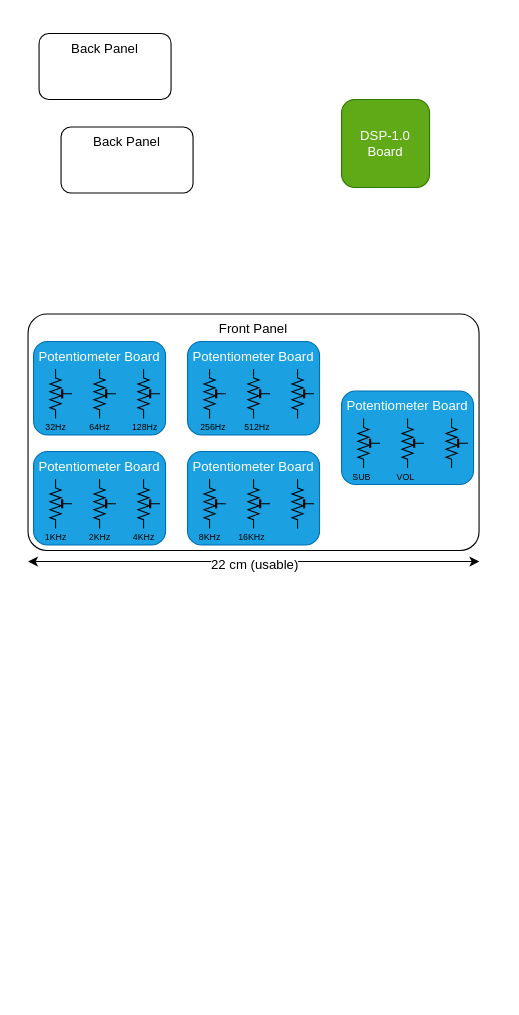
mregueira/AudioDSP-v1.0 keeps this draw.io diagram as Diagrams/BoxSheme.drawio. Above is the earlier version. Source tidied: cells renumbered, new cells numbered last; positions are measured from the earlier drawing's top-left corner, leaving out a move shared by most shapes. Both pictures are drawn from the tidied source at 110%, with x=0, y=0 at pixel (28, 33).
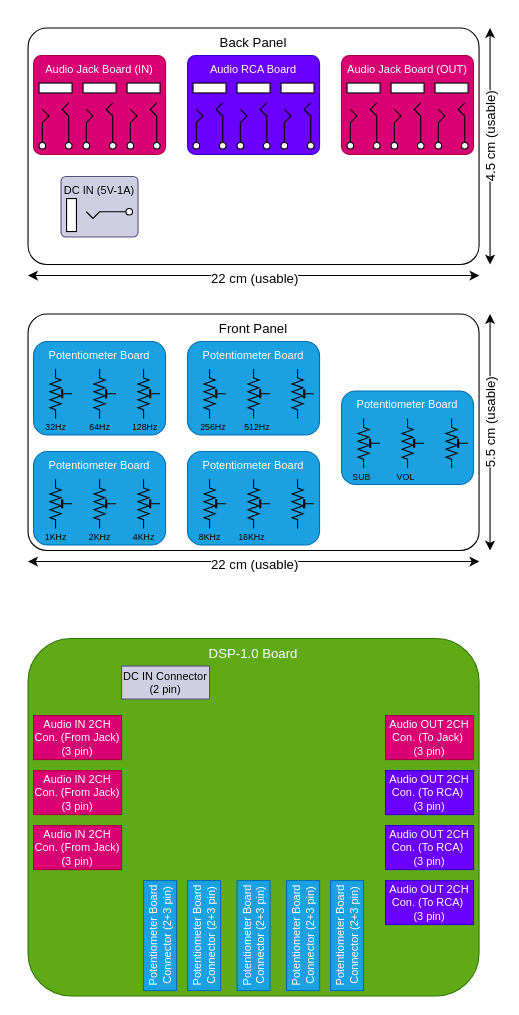
After the change.

Commit message:
completed diagram

Change to the diagram source:
```diff
@@
+    <mxCell id="3" value="DSP-1.0 Board" style="rounded=1;whiteSpace=wrap;html=1;fillColor=#60a917;fontColor=#ffffff;strokeColor=#2D7600;verticalAlign=top;arcSize=12;" parent="1" vertex="1">
+      <mxGeometry y="550" width="410" height="325" as="geometry" />
+    </mxCell>
+    <mxCell id="39" value="Back Panel" style="rounded=1;whiteSpace=wrap;html=1;strokeWidth=1;fontSize=12;verticalAlign=top;arcSize=8;" parent="1" vertex="1">
+      <mxGeometry y="-5" width="410" height="215" as="geometry" />
+    </mxCell>
+    <mxCell id="40" value="Audio Jack Board (IN)" style="rounded=1;whiteSpace=wrap;html=1;strokeWidth=1;fontSize=10;verticalAlign=top;arcSize=8;fillColor=#d80073;fontColor=#ffffff;strokeColor=#A50040;" parent="1" vertex="1">
+      <mxGeometry x="5" y="20" width="120" height="90" as="geometry" />
+    </mxCell>
@@
-    <mxCell id="3" value="DSP-1.0 Board" style="rounded=1;whiteSpace=wrap;html=1;fillColor=#60a917;fontColor=#ffffff;strokeColor=#2D7600;" parent="1" vertex="1">
-      <mxGeometry x="285" y="60" width="80" height="80" as="geometry" />
-    </mxCell>
-    <mxCell id="4" value="Potentiometer Board" style="rounded=1;whiteSpace=wrap;html=1;fillColor=#1ba1e2;fontColor=#ffffff;strokeColor=#006EAF;verticalAlign=top;labelPosition=center;verticalLabelPosition=middle;align=center;horizontal=1;" parent="1" vertex="1">
+    <mxCell id="4" value="Potentiometer Board" style="rounded=1;whiteSpace=wrap;html=1;fillColor=#1ba1e2;fontColor=#ffffff;strokeColor=#006EAF;verticalAlign=top;labelPosition=center;verticalLabelPosition=middle;align=center;horizontal=1;fontSize=10;" parent="1" vertex="1">
       <mxGeometry x="5" y="280" width="120" height="85" as="geometry" />
     </mxCell>
@@
-    <mxCell id="8" value="Potentiometer Board" style="rounded=1;whiteSpace=wrap;html=1;fillColor=#1ba1e2;fontColor=#ffffff;strokeColor=#006EAF;verticalAlign=top;labelPosition=center;verticalLabelPosition=middle;align=center;horizontal=1;" parent="1" vertex="1">
+    <mxCell id="8" value="Potentiometer Board" style="rounded=1;whiteSpace=wrap;html=1;fillColor=#1ba1e2;fontColor=#ffffff;strokeColor=#006EAF;verticalAlign=top;labelPosition=center;verticalLabelPosition=middle;align=center;horizontal=1;fontSize=10;" parent="1" vertex="1">
       <mxGeometry x="5" y="380" width="120" height="85" as="geometry" />
     </mxCell>
@@
-    <mxCell id="15" value="Potentiometer Board" style="rounded=1;whiteSpace=wrap;html=1;fillColor=#1ba1e2;fontColor=#ffffff;strokeColor=#006EAF;verticalAlign=top;labelPosition=center;verticalLabelPosition=middle;align=center;horizontal=1;" parent="1" vertex="1">
+    <mxCell id="15" value="Potentiometer Board" style="rounded=1;whiteSpace=wrap;html=1;fillColor=#1ba1e2;fontColor=#ffffff;strokeColor=#006EAF;verticalAlign=top;labelPosition=center;verticalLabelPosition=middle;align=center;horizontal=1;fontSize=10;" parent="1" vertex="1">
       <mxGeometry x="145" y="280" width="120" height="85" as="geometry" />
     </mxCell>
@@
-    <mxCell id="24" value="Potentiometer Board" style="rounded=1;whiteSpace=wrap;html=1;fillColor=#1ba1e2;fontColor=#ffffff;strokeColor=#006EAF;verticalAlign=top;labelPosition=center;verticalLabelPosition=middle;align=center;horizontal=1;" parent="1" vertex="1">
+    <mxCell id="24" value="Potentiometer Board" style="rounded=1;whiteSpace=wrap;html=1;fillColor=#1ba1e2;fontColor=#ffffff;strokeColor=#006EAF;verticalAlign=top;labelPosition=center;verticalLabelPosition=middle;align=center;horizontal=1;fontSize=10;" parent="1" vertex="1">
       <mxGeometry x="145" y="380" width="120" height="85" as="geometry" />
     </mxCell>
@@
-    <mxCell id="30" value="Potentiometer Board" style="rounded=1;whiteSpace=wrap;html=1;fillColor=#1ba1e2;fontColor=#ffffff;strokeColor=#006EAF;verticalAlign=top;labelPosition=center;verticalLabelPosition=middle;align=center;horizontal=1;" parent="1" vertex="1">
+    <mxCell id="30" value="Potentiometer Board" style="rounded=1;whiteSpace=wrap;html=1;fillColor=#1ba1e2;fontColor=#ffffff;strokeColor=#006EAF;verticalAlign=top;labelPosition=center;verticalLabelPosition=middle;align=center;horizontal=1;fontSize=10;" parent="1" vertex="1">
       <mxGeometry x="285" y="325" width="120" height="85" as="geometry" />
     </mxCell>
@@
-    <mxCell id="38" value="Back Panel" style="rounded=1;whiteSpace=wrap;html=1;strokeWidth=1;fontSize=12;fontColor=#000000;verticalAlign=top;" parent="1" vertex="1">
-      <mxGeometry x="10" width="120" height="60" as="geometry" />
-    </mxCell>
-    <mxCell id="39" value="Back Panel" style="rounded=1;whiteSpace=wrap;html=1;strokeWidth=1;fontSize=12;fontColor=#000000;verticalAlign=top;" parent="1" vertex="1">
-      <mxGeometry x="30" y="85" width="120" height="60" as="geometry" />
-    </mxCell>
+    <mxCell id="41" style="verticalLabelPosition=bottom;shadow=0;dashed=0;align=center;html=1;verticalAlign=top;shape=mxgraph.electrical.miscellaneous.3_conductor_jack;rotation=90;" parent="1" vertex="1">
+      <mxGeometry x="-5" y="60" width="60" height="30" as="geometry" />
+    </mxCell>
+    <mxCell id="42" style="verticalLabelPosition=bottom;shadow=0;dashed=0;align=center;html=1;verticalAlign=top;shape=mxgraph.electrical.miscellaneous.3_conductor_jack;rotation=90;" parent="1" vertex="1">
+      <mxGeometry x="35" y="60" width="60" height="30" as="geometry" />
+    </mxCell>
+    <mxCell id="43" style="verticalLabelPosition=bottom;shadow=0;dashed=0;align=center;html=1;verticalAlign=top;shape=mxgraph.electrical.miscellaneous.3_conductor_jack;rotation=90;" parent="1" vertex="1">
+      <mxGeometry x="75" y="60" width="60" height="30" as="geometry" />
+    </mxCell>
+    <mxCell id="44" value="Audio RCA Board" style="rounded=1;whiteSpace=wrap;html=1;strokeWidth=1;fontSize=10;verticalAlign=top;arcSize=8;fillColor=#6a00ff;fontColor=#ffffff;strokeColor=#3700CC;" parent="1" vertex="1">
+      <mxGeometry x="145" y="20" width="120" height="90" as="geometry" />
+    </mxCell>
+    <mxCell id="45" style="verticalLabelPosition=bottom;shadow=0;dashed=0;align=center;html=1;verticalAlign=top;shape=mxgraph.electrical.miscellaneous.3_conductor_jack;rotation=90;" parent="1" vertex="1">
+      <mxGeometry x="135" y="60" width="60" height="30" as="geometry" />
+    </mxCell>
+    <mxCell id="46" style="verticalLabelPosition=bottom;shadow=0;dashed=0;align=center;html=1;verticalAlign=top;shape=mxgraph.electrical.miscellaneous.3_conductor_jack;rotation=90;" parent="1" vertex="1">
+      <mxGeometry x="175" y="60" width="60" height="30" as="geometry" />
+    </mxCell>
+    <mxCell id="47" style="verticalLabelPosition=bottom;shadow=0;dashed=0;align=center;html=1;verticalAlign=top;shape=mxgraph.electrical.miscellaneous.3_conductor_jack;rotation=90;" parent="1" vertex="1">
+      <mxGeometry x="215" y="60" width="60" height="30" as="geometry" />
+    </mxCell>
+    <mxCell id="48" style="endArrow=classic;startArrow=classic;html=1;rounded=0;fontSize=12;fontColor=#000000;" parent="1" edge="1">
+      <mxGeometry relative="1" as="geometry">
+        <mxPoint y="220" as="sourcePoint" />
+        <mxPoint x="410.3" y="220" as="targetPoint" />
+      </mxGeometry>
+    </mxCell>
+    <mxCell id="49" value="22 cm (usable)" style="edgeLabel;html=1;align=center;verticalAlign=middle;fontSize=12;fontColor=#000000;" parent="48" vertex="1">
+      <mxGeometry x="-0.28" y="-2" relative="1" as="geometry">
+        <mxPoint x="57" as="offset" />
+      </mxGeometry>
+    </mxCell>
+    <mxCell id="50" style="endArrow=classic;startArrow=classic;html=1;rounded=0;fontSize=12;fontColor=#000000;horizontal=1;" parent="1" edge="1">
+      <mxGeometry relative="1" as="geometry">
+        <mxPoint x="420" y="210" as="sourcePoint" />
+        <mxPoint x="420" y="-5" as="targetPoint" />
+      </mxGeometry>
+    </mxCell>
+    <mxCell id="51" value="4.5 cm (usable)" style="edgeLabel;html=1;align=center;verticalAlign=middle;fontSize=12;fontColor=#000000;horizontal=0;" parent="50" vertex="1">
+      <mxGeometry x="-0.28" y="-2" relative="1" as="geometry">
+        <mxPoint x="-2" y="-38" as="offset" />
+      </mxGeometry>
+    </mxCell>
+    <mxCell id="52" value="Audio Jack Board (OUT)" style="rounded=1;whiteSpace=wrap;html=1;strokeWidth=1;fontSize=10;verticalAlign=top;arcSize=8;fillColor=#d80073;fontColor=#ffffff;strokeColor=#A50040;" parent="1" vertex="1">
+      <mxGeometry x="285" y="20" width="120" height="90" as="geometry" />
+    </mxCell>
+    <mxCell id="53" style="verticalLabelPosition=bottom;shadow=0;dashed=0;align=center;html=1;verticalAlign=top;shape=mxgraph.electrical.miscellaneous.3_conductor_jack;rotation=90;" parent="1" vertex="1">
+      <mxGeometry x="275" y="60" width="60" height="30" as="geometry" />
+    </mxCell>
+    <mxCell id="54" style="verticalLabelPosition=bottom;shadow=0;dashed=0;align=center;html=1;verticalAlign=top;shape=mxgraph.electrical.miscellaneous.3_conductor_jack;rotation=90;" parent="1" vertex="1">
+      <mxGeometry x="315" y="60" width="60" height="30" as="geometry" />
+    </mxCell>
+    <mxCell id="55" style="verticalLabelPosition=bottom;shadow=0;dashed=0;align=center;html=1;verticalAlign=top;shape=mxgraph.electrical.miscellaneous.3_conductor_jack;rotation=90;" parent="1" vertex="1">
+      <mxGeometry x="355" y="60" width="60" height="30" as="geometry" />
+    </mxCell>
+    <mxCell id="56" style="endArrow=classic;startArrow=classic;html=1;rounded=0;fontSize=12;fontColor=#000000;horizontal=1;" parent="1" edge="1">
+      <mxGeometry relative="1" as="geometry">
+        <mxPoint x="420" y="470" as="sourcePoint" />
+        <mxPoint x="420" y="255" as="targetPoint" />
+      </mxGeometry>
+    </mxCell>
+    <mxCell id="57" value="5.5 cm (usable)" style="edgeLabel;html=1;align=center;verticalAlign=middle;fontSize=12;fontColor=#000000;horizontal=0;" parent="56" vertex="1">
+      <mxGeometry x="-0.28" y="-2" relative="1" as="geometry">
+        <mxPoint x="-2" y="-38" as="offset" />
+      </mxGeometry>
+    </mxCell>
+    <mxCell id="58" value="DC IN (5V-1A)" style="rounded=1;whiteSpace=wrap;html=1;strokeWidth=1;fontSize=10;verticalAlign=top;arcSize=8;fillColor=#d0cee2;strokeColor=#56517e;" parent="1" vertex="1">
+      <mxGeometry x="30" y="130" width="70" height="55" as="geometry" />
+    </mxCell>
+    <mxCell id="59" style="verticalLabelPosition=bottom;shadow=0;dashed=0;align=center;html=1;verticalAlign=top;shape=mxgraph.electrical.miscellaneous.2_conductor_jack;fontSize=10;rotation=0;" parent="1" vertex="1">
+      <mxGeometry x="35" y="150" width="60" height="30" as="geometry" />
+    </mxCell>
+    <mxCell id="60" value="Potentiometer Board Connector (2+3 pin)" style="rounded=0;whiteSpace=wrap;html=1;fontSize=10;rotation=-90;fillColor=#1ba1e2;fontColor=#ffffff;strokeColor=#006EAF;" parent="1" vertex="1">
+      <mxGeometry x="70" y="805" width="100" height="30" as="geometry" />
+    </mxCell>
+    <mxCell id="61" value="Potentiometer Board Connector (2+3 pin)" style="rounded=0;whiteSpace=wrap;html=1;fontSize=10;rotation=-90;fillColor=#1ba1e2;fontColor=#ffffff;strokeColor=#006EAF;" parent="1" vertex="1">
+      <mxGeometry x="110" y="805" width="100" height="30" as="geometry" />
+    </mxCell>
+    <mxCell id="62" value="Potentiometer Board Connector (2+3 pin)" style="rounded=0;whiteSpace=wrap;html=1;fontSize=10;rotation=-90;fillColor=#1ba1e2;fontColor=#ffffff;strokeColor=#006EAF;" parent="1" vertex="1">
+      <mxGeometry x="240" y="805" width="100" height="30" as="geometry" />
+    </mxCell>
+    <mxCell id="63" value="Potentiometer Board Connector (2+3 pin)" style="rounded=0;whiteSpace=wrap;html=1;fontSize=10;rotation=-90;fillColor=#1ba1e2;fontColor=#ffffff;strokeColor=#006EAF;" parent="1" vertex="1">
+      <mxGeometry x="155" y="805" width="100" height="30" as="geometry" />
+    </mxCell>
+    <mxCell id="64" value="Potentiometer Board Connector (2+3 pin)" style="rounded=0;whiteSpace=wrap;html=1;fontSize=10;rotation=-90;fillColor=#1ba1e2;fontColor=#ffffff;strokeColor=#006EAF;" parent="1" vertex="1">
+      <mxGeometry x="200" y="805" width="100" height="30" as="geometry" />
+    </mxCell>
+    <mxCell id="65" value="DC IN Connector (2 pin)" style="rounded=0;whiteSpace=wrap;html=1;fontSize=10;fillColor=#d0cee2;strokeColor=#56517e;" parent="1" vertex="1">
+      <mxGeometry x="85" y="575" width="80" height="30" as="geometry" />
+    </mxCell>
+    <mxCell id="66" value="Audio IN 2CH Con. (From Jack) (3 pin)" style="rounded=0;whiteSpace=wrap;html=1;fontSize=10;fillColor=#d80073;fontColor=#ffffff;strokeColor=#A50040;" parent="1" vertex="1">
+      <mxGeometry x="5" y="620" width="80" height="40" as="geometry" />
+    </mxCell>
+    <mxCell id="67" value="Audio IN 2CH Con. (From Jack) (3 pin)" style="rounded=0;whiteSpace=wrap;html=1;fontSize=10;fillColor=#d80073;fontColor=#ffffff;strokeColor=#A50040;" parent="1" vertex="1">
+      <mxGeometry x="5" y="670" width="80" height="40" as="geometry" />
+    </mxCell>
+    <mxCell id="68" value="Audio IN 2CH Con. (From Jack) (3 pin)" style="rounded=0;whiteSpace=wrap;html=1;fontSize=10;fillColor=#d80073;fontColor=#ffffff;strokeColor=#A50040;" parent="1" vertex="1">
+      <mxGeometry x="5" y="720" width="80" height="40" as="geometry" />
+    </mxCell>
+    <mxCell id="69" value="Audio OUT 2CH Con. (To RCA)&amp;nbsp; (3 pin)" style="rounded=0;whiteSpace=wrap;html=1;fontSize=10;fillColor=#6a00ff;fontColor=#ffffff;strokeColor=#3700CC;" parent="1" vertex="1">
+      <mxGeometry x="325" y="670" width="80" height="40" as="geometry" />
+    </mxCell>
+    <mxCell id="70" value="Audio OUT 2CH Con. (To RCA)&amp;nbsp; (3 pin)" style="rounded=0;whiteSpace=wrap;html=1;fontSize=10;fillColor=#6a00ff;fontColor=#ffffff;strokeColor=#3700CC;" parent="1" vertex="1">
+      <mxGeometry x="325" y="720" width="80" height="40" as="geometry" />
+    </mxCell>
+    <mxCell id="71" value="Audio OUT 2CH Con. (To RCA)&amp;nbsp; (3 pin)" style="rounded=0;whiteSpace=wrap;html=1;fontSize=10;fillColor=#6a00ff;fontColor=#ffffff;strokeColor=#3700CC;" parent="1" vertex="1">
+      <mxGeometry x="325" y="770" width="80" height="40" as="geometry" />
+    </mxCell>
+    <mxCell id="72" value="Audio OUT 2CH Con. (To Jack)&amp;nbsp; (3 pin)" style="rounded=0;whiteSpace=wrap;html=1;fontSize=10;fillColor=#d80073;fontColor=#ffffff;strokeColor=#A50040;" parent="1" vertex="1">
+      <mxGeometry x="325" y="620" width="80" height="40" as="geometry" />
+    </mxCell>
```
